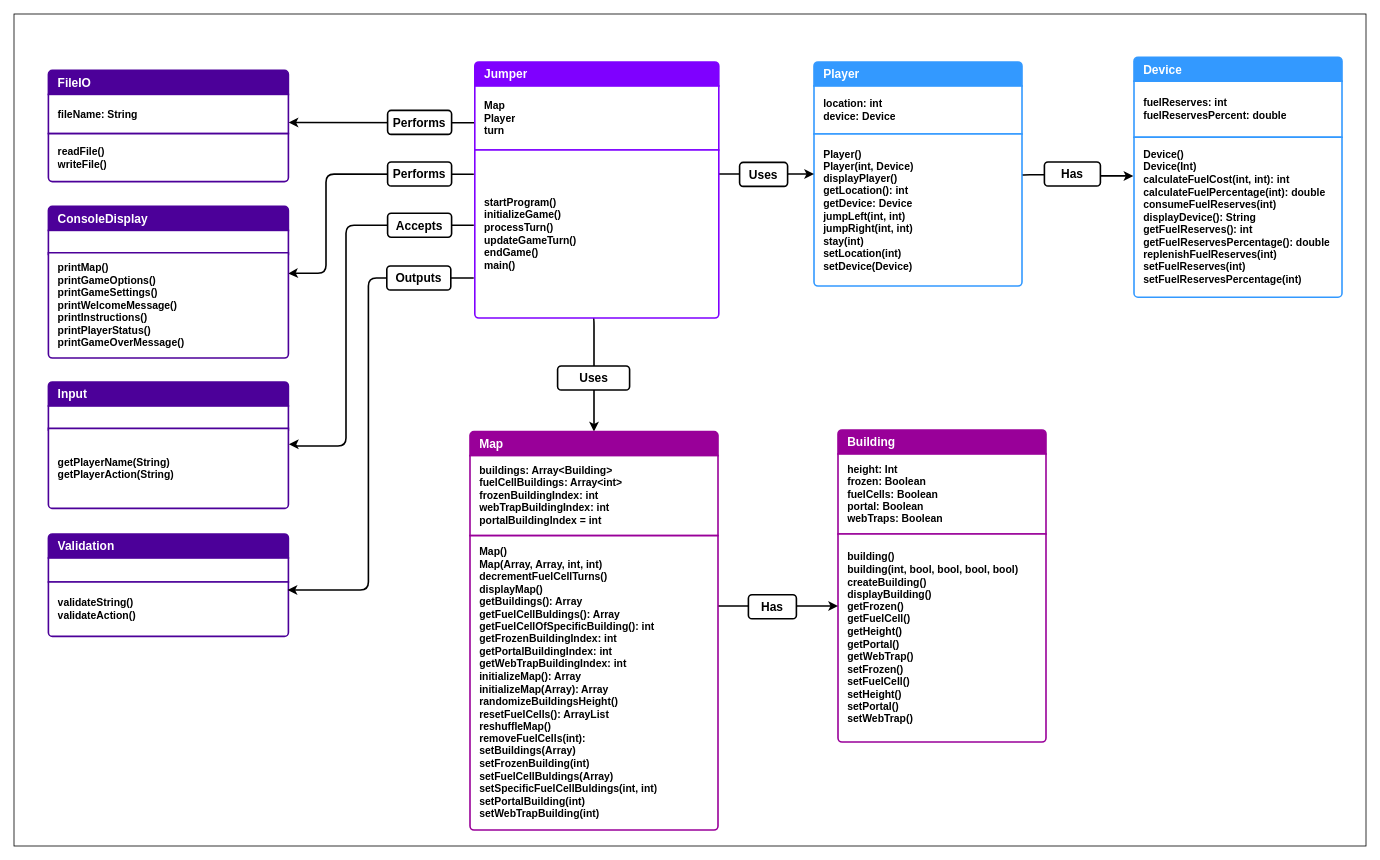
Earlier version of the draw.io diagram Java Programming/Assignment Java Jumper/doc/ClassDiagram.drawio (ByteToBits/CompScience). Source tidied: cells renumbered, new cells numbered last; positions are measured from the earlier drawing's top-left corner, leaving out a move shared by most shapes. Both pictures are drawn from the tidied source at 80%, with x=0, y=0 at pixel (14, 14).
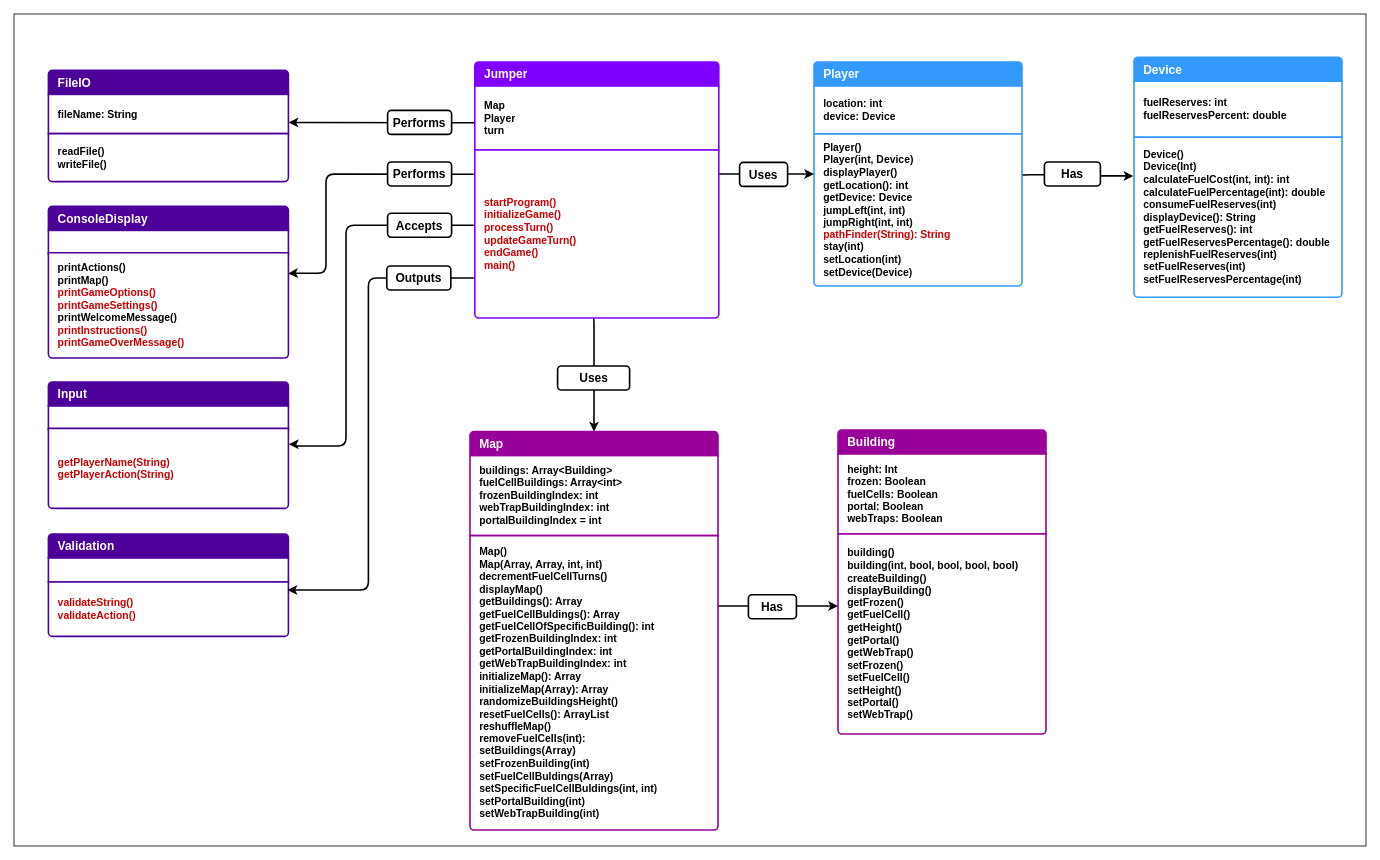
The same diagram, later.

The change refers to these unchanged cells:
```xml
<mxCell id="25" style="swimlane;fontStyle=1;horizontal=1;startSize=0;whiteSpace=wrap;html=1;strokeColor=none;fillColor=none;strokeWidth=2;labelPadding=0;labelBorderColor=none;fontSize=13;shadow=0;perimeterSpacing=0;swimlaneLine=0;" parent="1" vertex="1">
  <mxGeometry x="1000" y="60" width="260" height="280" as="geometry" />
</mxCell>
```

Diff of the diagram source:
```diff
@@
-    <mxCell id="10" value="validateString()&lt;div&gt;validateAction()&lt;/div&gt;" style="text;strokeColor=#4C0099;fillColor=#FFFFFF;align=left;verticalAlign=middle;spacingLeft=10;spacingRight=10;overflow=hidden;whiteSpace=wrap;html=1;shape=mxgraph.bootstrap.bottomButton;rSize=5;fontColor=#000000;strokeWidth=2;labelPadding=0;labelBorderColor=none;fontSize=13;fontStyle=1;shadow=0;perimeterSpacing=0;swimlaneLine=0;" parent="1" vertex="1">
+    <mxCell id="10" value="&lt;font color=&quot;#cc0000&quot;&gt;validateString()&lt;/font&gt;&lt;div&gt;&lt;font color=&quot;#cc0000&quot;&gt;validateAction()&lt;/font&gt;&lt;/div&gt;" style="text;strokeColor=#4C0099;fillColor=#FFFFFF;align=left;verticalAlign=middle;spacingLeft=10;spacingRight=10;overflow=hidden;whiteSpace=wrap;html=1;shape=mxgraph.bootstrap.bottomButton;rSize=5;fontColor=#000000;strokeWidth=2;labelPadding=0;labelBorderColor=none;fontSize=13;fontStyle=1;shadow=0;perimeterSpacing=0;swimlaneLine=0;" parent="1" vertex="1">
       <mxGeometry x="43" y="710" width="300" height="68" as="geometry" />
     </mxCell>
@@
-    <mxCell id="13" value="getPlayerName(String)&lt;div&gt;getPlayerAction(String)&lt;/div&gt;" style="text;strokeColor=#4C0099;fillColor=#FFFFFF;align=left;verticalAlign=middle;spacingLeft=10;spacingRight=10;overflow=hidden;points=[[0,0.5],[1,0.5]];portConstraint=eastwest;whiteSpace=wrap;html=1;shape=mxgraph.bootstrap.bottomButton;rSize=5;fontColor=#000000;strokeWidth=2;labelPadding=0;labelBorderColor=none;fontSize=13;fontStyle=1;shadow=0;perimeterSpacing=0;swimlaneLine=0;" parent="1" vertex="1">
+    <mxCell id="13" value="&lt;font color=&quot;#cc0000&quot;&gt;getPlayerName(String)&lt;/font&gt;&lt;div&gt;&lt;font color=&quot;#cc0000&quot;&gt;getPlayerAction(String)&lt;/font&gt;&lt;/div&gt;" style="text;strokeColor=#4C0099;fillColor=#FFFFFF;align=left;verticalAlign=middle;spacingLeft=10;spacingRight=10;overflow=hidden;points=[[0,0.5],[1,0.5]];portConstraint=eastwest;whiteSpace=wrap;html=1;shape=mxgraph.bootstrap.bottomButton;rSize=5;fontColor=#000000;strokeWidth=2;labelPadding=0;labelBorderColor=none;fontSize=13;fontStyle=1;shadow=0;perimeterSpacing=0;swimlaneLine=0;" parent="1" vertex="1">
       <mxGeometry x="43" y="518" width="300" height="100" as="geometry" />
     </mxCell>
@@
     <mxCell id="21" style="swimlane;fontStyle=1;horizontal=1;startSize=0;whiteSpace=wrap;html=1;strokeColor=none;fillColor=none;strokeWidth=2;labelPadding=0;labelBorderColor=none;fontSize=13;shadow=0;perimeterSpacing=0;swimlaneLine=0;" parent="1" vertex="1">
-      <mxGeometry x="1030" y="520" width="260" height="390" as="geometry" />
+      <mxGeometry x="1030" y="520" width="260" height="380" as="geometry" />
     </mxCell>
@@
     <mxCell id="24" value="building()&lt;br&gt;building(int, bool, bool, bool, bool)&lt;br&gt;createBuilding()&lt;br&gt;displayBuilding()&lt;br&gt;getFrozen()&lt;br&gt;getFuelCell()&lt;br&gt;getHeight()&lt;br&gt;getPortal()&lt;br&gt;getWebTrap()&lt;br&gt;setFrozen()&lt;br&gt;setFuelCell()&lt;br&gt;setHeight()&lt;br&gt;setPortal()&lt;br&gt;setWebTrap()" style="text;strokeColor=#990099;fillColor=#FFFFFF;align=left;verticalAlign=middle;spacingLeft=10;spacingRight=10;overflow=hidden;whiteSpace=wrap;html=1;shape=mxgraph.bootstrap.bottomButton;rSize=5;fontColor=#000000;strokeWidth=2;labelPadding=0;labelBorderColor=none;fontSize=13;fontStyle=1;shadow=0;perimeterSpacing=0;swimlaneLine=0;" parent="21" vertex="1">
-      <mxGeometry y="130" width="260" height="260" as="geometry" />
+      <mxGeometry y="130" width="260" height="250" as="geometry" />
     </mxCell>
@@
-    <mxCell id="28" value="&lt;div&gt;Player()&lt;/div&gt;&lt;div&gt;Player(int, Device)&lt;/div&gt;&lt;div&gt;displayPlayer()&lt;/div&gt;&lt;div&gt;getLocation(): int&lt;/div&gt;&lt;div&gt;getDevice: Device&lt;/div&gt;&lt;div&gt;jumpLeft(int, int)&lt;/div&gt;&lt;div&gt;jumpRight(int, int)&lt;/div&gt;&lt;div&gt;stay(int)&lt;/div&gt;&lt;div&gt;setLocation(int)&lt;/div&gt;&lt;div&gt;setDevice(Device)&lt;/div&gt;" style="text;strokeColor=#3399ff;fillColor=#FFFFFF;align=left;verticalAlign=middle;spacingLeft=10;spacingRight=10;overflow=hidden;whiteSpace=wrap;html=1;shape=mxgraph.bootstrap.bottomButton;rSize=5;fontColor=#000000;strokeWidth=2;labelPadding=0;labelBorderColor=none;fontSize=13;fontStyle=1;shadow=0;perimeterSpacing=0;swimlaneLine=0;" parent="25" vertex="1">
+    <mxCell id="28" value="&lt;div&gt;Player()&lt;/div&gt;&lt;div&gt;Player(int, Device)&lt;/div&gt;&lt;div&gt;displayPlayer()&lt;/div&gt;&lt;div&gt;getLocation(): int&lt;/div&gt;&lt;div&gt;getDevice: Device&lt;/div&gt;&lt;div&gt;jumpLeft(int, int)&lt;/div&gt;&lt;div&gt;jumpRight(int, int)&lt;/div&gt;&lt;div&gt;&lt;font color=&quot;#cc0000&quot;&gt;pathFinder(String): String&lt;/font&gt;&lt;/div&gt;&lt;div&gt;stay(int)&lt;/div&gt;&lt;div&gt;setLocation(int)&lt;/div&gt;&lt;div&gt;setDevice(Device)&lt;/div&gt;" style="text;strokeColor=#3399ff;fillColor=#FFFFFF;align=left;verticalAlign=middle;spacingLeft=10;spacingRight=10;overflow=hidden;whiteSpace=wrap;html=1;shape=mxgraph.bootstrap.bottomButton;rSize=5;fontColor=#000000;strokeWidth=2;labelPadding=0;labelBorderColor=none;fontSize=13;fontStyle=1;shadow=0;perimeterSpacing=0;swimlaneLine=0;" parent="25" vertex="1">
       <mxGeometry y="90" width="260" height="190" as="geometry" />
     </mxCell>
@@
-    <mxCell id="36" value="printMap()&lt;div&gt;printGameOptions()&lt;/div&gt;&lt;div&gt;printGameSettings()&lt;br&gt;&lt;div&gt;printWelcomeMessage()&lt;br&gt;&lt;div&gt;printInstructions()&lt;/div&gt;&lt;div&gt;printPlayerStatus()&lt;/div&gt;&lt;div&gt;printGameOverMessage()&lt;/div&gt;&lt;/div&gt;&lt;/div&gt;" style="text;strokeColor=#4C0099;fillColor=#FFFFFF;align=left;verticalAlign=middle;spacingLeft=10;spacingRight=10;overflow=hidden;points=[[0,0.5],[1,0.5]];portConstraint=eastwest;whiteSpace=wrap;html=1;shape=mxgraph.bootstrap.bottomButton;rSize=5;fontColor=#000000;strokeWidth=2;labelPadding=0;labelBorderColor=none;fontSize=13;fontStyle=1;shadow=0;perimeterSpacing=0;swimlaneLine=0;" parent="1" vertex="1">
+    <mxCell id="36" value="&lt;div&gt;printActions()&lt;/div&gt;printMap()&lt;div&gt;&lt;font color=&quot;#cc0000&quot;&gt;printGameOptions()&lt;/font&gt;&lt;/div&gt;&lt;div&gt;&lt;font color=&quot;#cc0000&quot;&gt;printGameSettings()&lt;/font&gt;&lt;br&gt;&lt;div&gt;printWelcomeMessage()&lt;br&gt;&lt;div&gt;&lt;font color=&quot;#cc0000&quot;&gt;printInstructions()&lt;/font&gt;&lt;/div&gt;&lt;div&gt;&lt;font color=&quot;#cc0000&quot;&gt;printGameOverMessage()&lt;/font&gt;&lt;/div&gt;&lt;/div&gt;&lt;/div&gt;" style="text;strokeColor=#4C0099;fillColor=#FFFFFF;align=left;verticalAlign=middle;spacingLeft=10;spacingRight=10;overflow=hidden;points=[[0,0.5],[1,0.5]];portConstraint=eastwest;whiteSpace=wrap;html=1;shape=mxgraph.bootstrap.bottomButton;rSize=5;fontColor=#000000;strokeWidth=2;labelPadding=0;labelBorderColor=none;fontSize=13;fontStyle=1;shadow=0;perimeterSpacing=0;swimlaneLine=0;" parent="1" vertex="1">
       <mxGeometry x="43" y="298.5" width="300" height="131.5" as="geometry" />
     </mxCell>
@@
-    <mxCell id="47" value="startProgram()&lt;div&gt;initializeGame()&lt;/div&gt;&lt;div&gt;processTurn()&lt;/div&gt;&lt;div&gt;updateGameTurn()&lt;/div&gt;&lt;div&gt;endGame()&lt;/div&gt;&lt;div&gt;main()&lt;/div&gt;" style="text;strokeColor=#7F00FF;fillColor=#FFFFFF;align=left;verticalAlign=middle;spacingLeft=10;spacingRight=10;overflow=hidden;points=[[0,0.5],[1,0.5]];portConstraint=eastwest;whiteSpace=wrap;html=1;shape=mxgraph.bootstrap.bottomButton;rSize=5;fontColor=#000000;strokeWidth=2;labelPadding=0;labelBorderColor=none;fontSize=13;fontStyle=1;shadow=0;perimeterSpacing=0;swimlaneLine=0;" parent="1" vertex="1">
+    <mxCell id="47" value="&lt;font color=&quot;#cc0000&quot;&gt;startProgram()&lt;/font&gt;&lt;div&gt;&lt;font color=&quot;#cc0000&quot;&gt;initializeGame()&lt;/font&gt;&lt;/div&gt;&lt;div&gt;&lt;font color=&quot;#cc0000&quot;&gt;processTurn()&lt;/font&gt;&lt;/div&gt;&lt;div&gt;&lt;font color=&quot;#cc0000&quot;&gt;updateGameTurn()&lt;/font&gt;&lt;/div&gt;&lt;div&gt;&lt;font color=&quot;#cc0000&quot;&gt;endGame()&lt;/font&gt;&lt;/div&gt;&lt;div&gt;&lt;font color=&quot;#cc0000&quot;&gt;main()&lt;/font&gt;&lt;/div&gt;" style="text;strokeColor=#7F00FF;fillColor=#FFFFFF;align=left;verticalAlign=middle;spacingLeft=10;spacingRight=10;overflow=hidden;points=[[0,0.5],[1,0.5]];portConstraint=eastwest;whiteSpace=wrap;html=1;shape=mxgraph.bootstrap.bottomButton;rSize=5;fontColor=#000000;strokeWidth=2;labelPadding=0;labelBorderColor=none;fontSize=13;fontStyle=1;shadow=0;perimeterSpacing=0;swimlaneLine=0;" parent="1" vertex="1">
       <mxGeometry x="576" y="170" width="305" height="210" as="geometry" />
     </mxCell>
```
